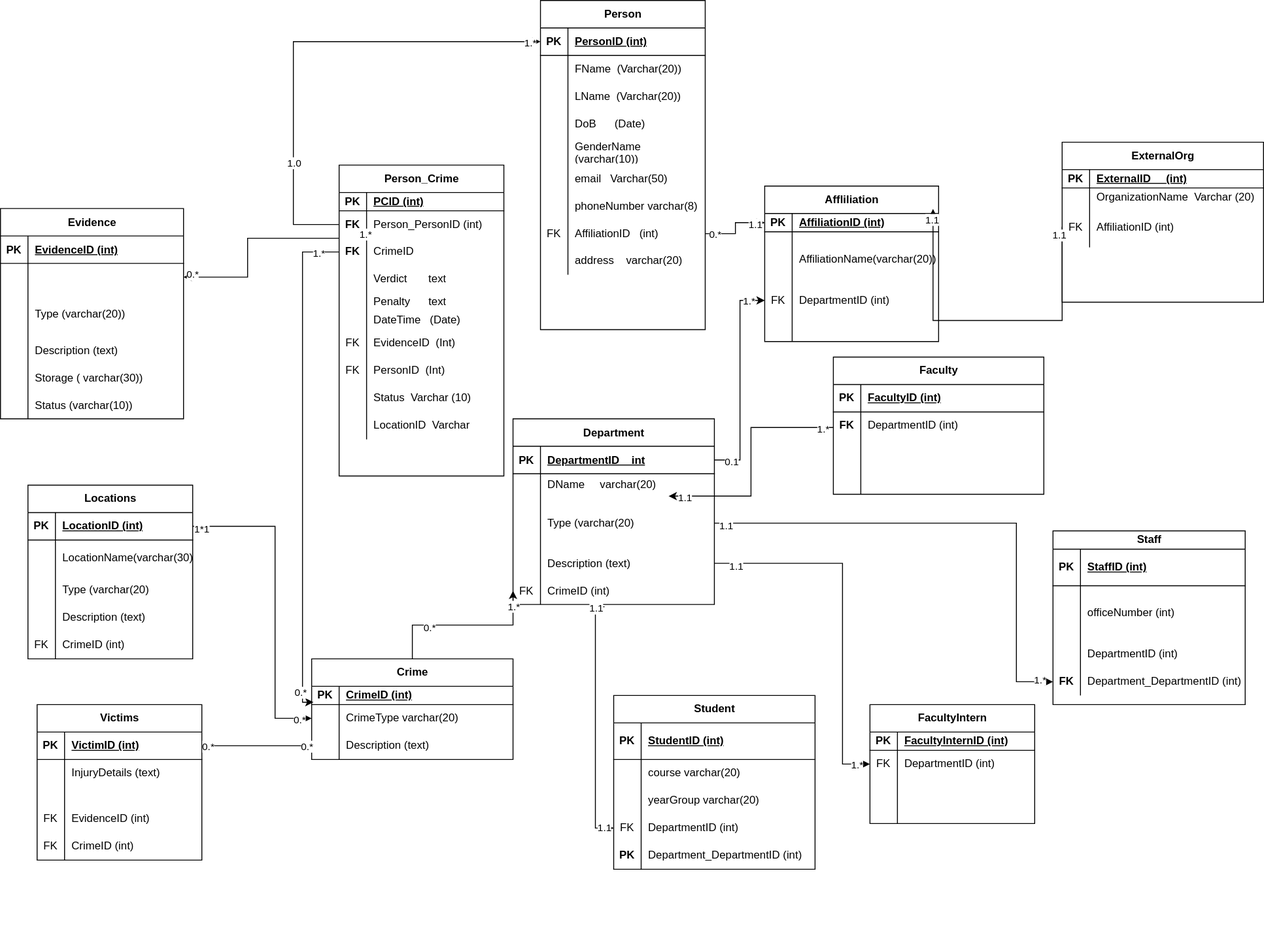
Earlier version of the draw.io export Untitled Diagram.drawio.svg (Priscile2/Diagrams). Source tidied: cells renumbered, new cells last; positions are measured from the earlier drawing's top-left corner, leaving out a move shared by most shapes.
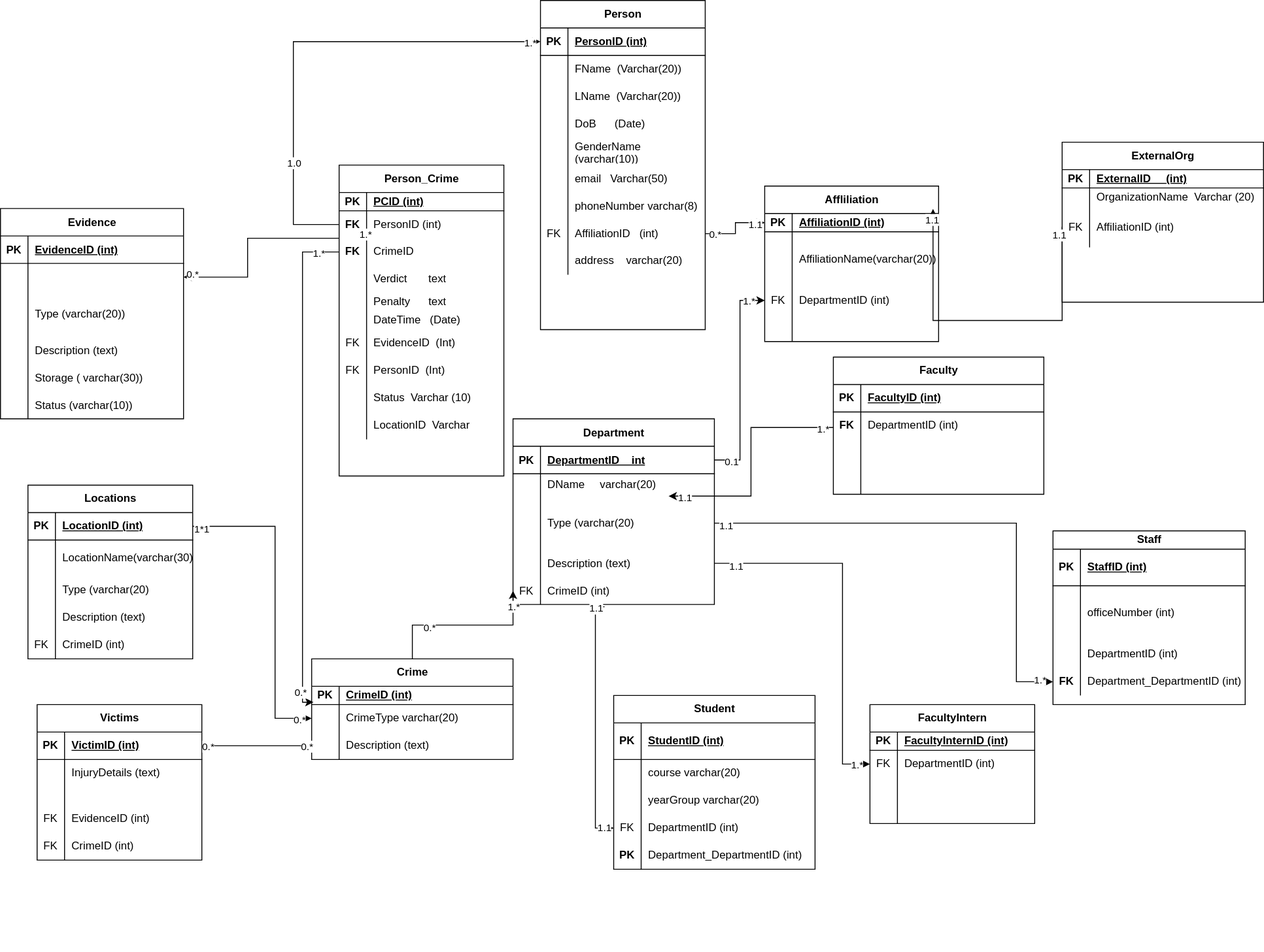
After the change.

Diff of the diagram source:
```diff
@@ -248,7 +248,7 @@
     <mxCell id="83" value="&lt;b&gt;FK&lt;/b&gt;" style="shape=partialRectangle;fillColor=none;top=0;left=0;bottom=0;right=0;overflow=hidden;whiteSpace=wrap;html=1;" parent="82" vertex="1">
       <mxGeometry width="30" height="30" as="geometry" />
     </mxCell>
-    <mxCell id="84" value="Person_PersonID (int)" style="shape=partialRectangle;fillColor=none;top=0;left=0;bottom=0;right=0;align=left;spacingLeft=6;overflow=hidden;whiteSpace=wrap;html=1;" parent="82" vertex="1">
+    <mxCell id="84" value="PersonID (int)" style="shape=partialRectangle;fillColor=none;top=0;left=0;bottom=0;right=0;align=left;spacingLeft=6;overflow=hidden;whiteSpace=wrap;html=1;" parent="82" vertex="1">
       <mxGeometry x="30" width="150" height="30" as="geometry" />
     </mxCell>
     <mxCell id="85" style="shape=tableRow;horizontal=0;startSize=0;swimlaneHead=0;swimlaneBody=0;fillColor=none;points=[[0,0.5],[1,0.5]];portConstraint=eastwest;top=0;left=0;right=0;bottom=0;" parent="78" vertex="1">
```
